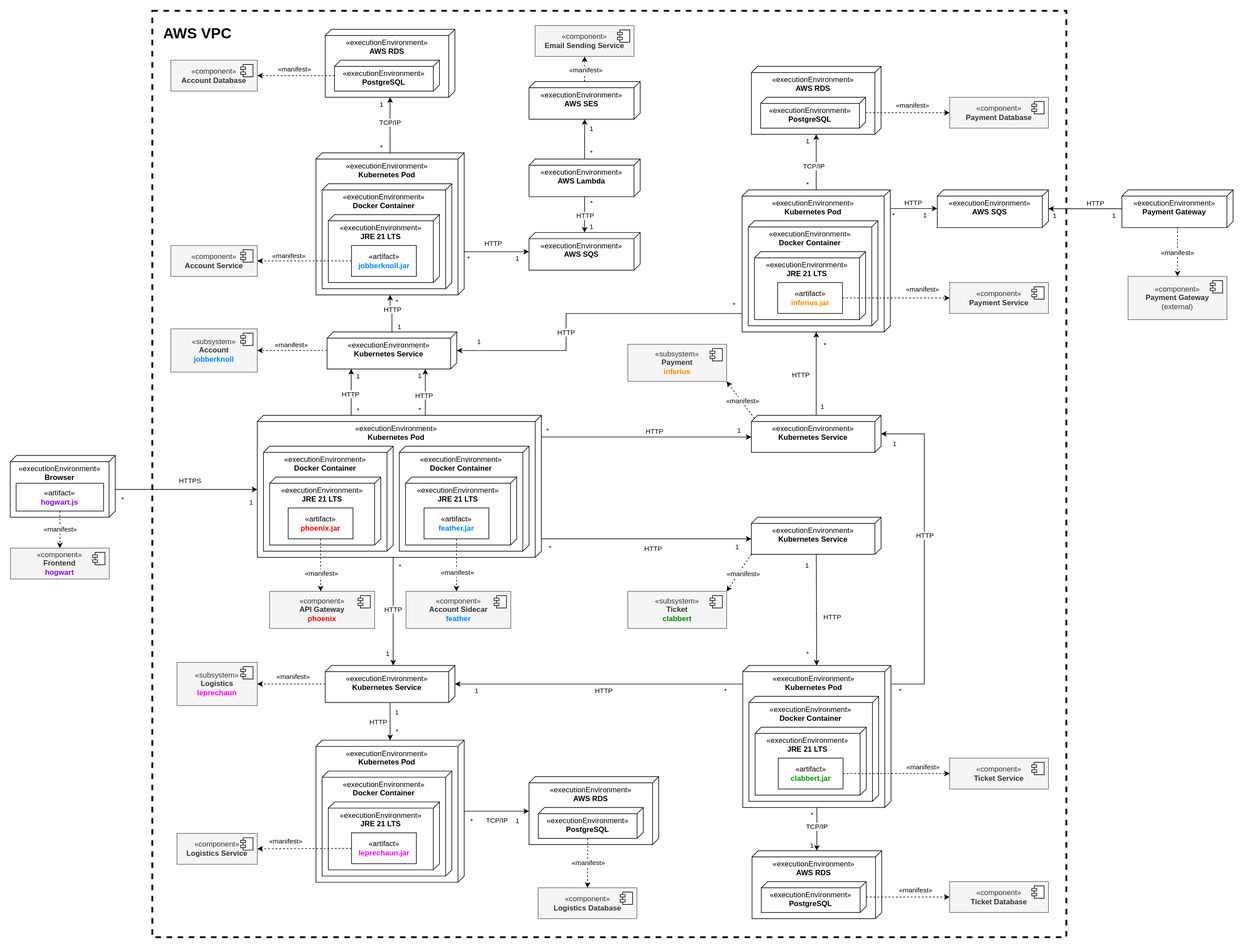
Before: documentation/course/e2/images/deployment-diagram.drawio.svg, a diagram exported from draw.io (PWR-ACS-SE-24/SoftwareSystemDesign). Source tidied: cells renumbered, new cells last; positions are measured from the earlier drawing's top-left corner, leaving out a move shared by most shapes.
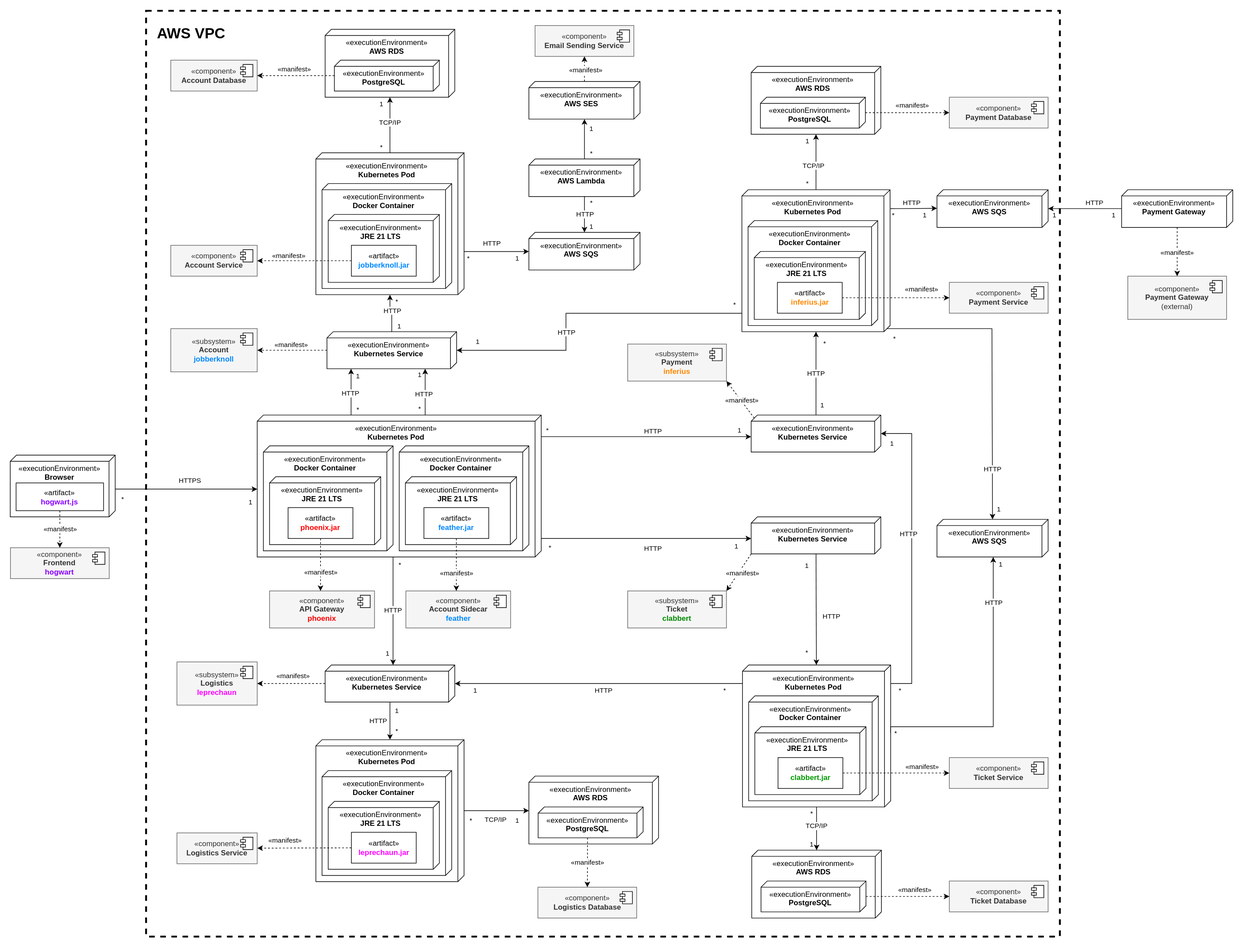
The same file after the commit.

Commit message:
PR: Add SQA between clabbert and inferius (#20)

* add sqs between clabbert and inferius

* fix island size

* even better fix

Change to the diagram source:
```diff
@@ -3,7 +3,7 @@
     <mxCell id="0" />
     <mxCell id="1" parent="0" />
     <mxCell id="2" value="AWS VPC" style="rounded=0;whiteSpace=wrap;html=1;fillColor=none;strokeWidth=3;dashed=1;verticalAlign=top;align=left;fontSize=24;spacingLeft=16;spacingTop=16;fontStyle=1;" parent="1" vertex="1">
-      <mxGeometry x="230" width="1480" height="1500" as="geometry" />
+      <mxGeometry x="220" width="1480" height="1500" as="geometry" />
     </mxCell>
     <mxCell id="3" style="group;" parent="1" vertex="1">
       <mxGeometry x="1185" y="290" width="240" height="230" as="geometry" />
@@ -150,7 +150,7 @@
     </mxCell>
     <mxCell id="47" value="HTTP" style="edgeLabel;html=1;align=center;verticalAlign=middle;" parent="46" vertex="1">
       <mxGeometry x="-0.06" relative="1" as="geometry">
-        <mxPoint x="-26" y="-2" as="offset" />
+        <mxPoint x="-1" y="-4" as="offset" />
       </mxGeometry>
     </mxCell>
     <mxCell id="48" value="1" style="edgeLabel;html=1;align=center;verticalAlign=middle;" parent="46" vertex="1">
@@ -699,14 +699,14 @@
     <mxCell id="170" style="edgeStyle=orthogonalEdgeStyle;rounded=0;jettySize=auto;html=1;" parent="1" edge="1" source="14" target="24">
       <mxGeometry relative="1" as="geometry">
         <Array as="points">
-          <mxPoint x="1480" y="1090" />
-          <mxPoint x="1480" y="685" />
+          <mxPoint x="1460" y="1090" />
+          <mxPoint x="1460" y="685" />
         </Array>
       </mxGeometry>
     </mxCell>
     <mxCell id="171" value="HTTP" style="edgeLabel;html=1;align=center;verticalAlign=middle;" parent="170" vertex="1">
       <mxGeometry x="0.32" y="-5" relative="1" as="geometry">
-        <mxPoint x="-5" y="54" as="offset" />
+        <mxPoint x="-11" y="46" as="offset" />
       </mxGeometry>
     </mxCell>
     <mxCell id="172" value="1" style="edgeLabel;html=1;align=center;verticalAlign=middle;" parent="170" vertex="1">
@@ -722,12 +722,9 @@
     <mxCell id="174" value="&lt;div&gt;«executionEnvironment»&lt;/div&gt;&lt;div&gt;&lt;b&gt;AWS SQS&lt;/b&gt;&lt;/div&gt;" style="verticalAlign=top;align=center;spacingTop=8;spacingLeft=2;spacingRight=12;shape=cube;size=10;direction=south;fontStyle=0;html=1;whiteSpace=wrap;" parent="1" vertex="1">
       <mxGeometry x="1501" y="290" width="180" height="61" as="geometry" />
     </mxCell>
-    <mxCell id="175" style="edgeStyle=orthogonalEdgeStyle;rounded=0;jettySize=auto;html=1;" parent="1" edge="1" source="4" target="174">
+    <mxCell id="175" style="rounded=0;jettySize=auto;html=1;exitX=0.133;exitY=-0.003;exitDx=0;exitDy=0;exitPerimeter=0;" parent="1" edge="1" source="4">
       <mxGeometry relative="1" as="geometry">
-        <Array as="points">
-          <mxPoint x="1463" y="320" />
-          <mxPoint x="1463" y="321" />
-        </Array>
+        <mxPoint x="1501" y="320" as="targetPoint" />
       </mxGeometry>
     </mxCell>
     <mxCell id="176" value="HTTP" style="edgeLabel;html=1;align=center;verticalAlign=middle;" parent="175" vertex="1">
@@ -894,5 +891,53 @@
         <mxPoint x="-27" y="7" as="offset" />
       </mxGeometry>
     </mxCell>
+    <mxCell id="214" value="&lt;div&gt;«executionEnvironment»&lt;/div&gt;&lt;div&gt;&lt;b&gt;AWS SQS&lt;/b&gt;&lt;/div&gt;" style="verticalAlign=top;align=center;spacingTop=8;spacingLeft=2;spacingRight=12;shape=cube;size=10;direction=south;fontStyle=0;html=1;whiteSpace=wrap;" parent="1" vertex="1">
+      <mxGeometry x="1501" y="824" width="180" height="61" as="geometry" />
+    </mxCell>
+    <mxCell id="215" style="rounded=0;jettySize=auto;html=1;exitX=0;exitY=0;exitDx=225;exitDy=5;exitPerimeter=0;" parent="1" edge="1" source="4" target="214">
+      <mxGeometry relative="1" as="geometry">
+        <Array as="points">
+          <mxPoint x="1590" y="515" />
+        </Array>
+      </mxGeometry>
+    </mxCell>
+    <mxCell id="216" value="*" style="edgeLabel;html=1;align=center;verticalAlign=middle;" parent="215" vertex="1">
+      <mxGeometry x="-0.56" y="-1" relative="1" as="geometry">
+        <mxPoint x="-93" y="14" as="offset" />
+      </mxGeometry>
+    </mxCell>
+    <mxCell id="217" value="1" style="edgeLabel;html=1;align=center;verticalAlign=middle;" parent="215" vertex="1">
+      <mxGeometry x="0.67" relative="1" as="geometry">
+        <mxPoint x="10" y="61" as="offset" />
+      </mxGeometry>
+    </mxCell>
+    <mxCell id="218" value="HTTP" style="edgeLabel;html=1;align=center;verticalAlign=middle;" parent="215" vertex="1">
+      <mxGeometry x="-0.07" relative="1" as="geometry">
+        <mxPoint y="175" as="offset" />
+      </mxGeometry>
+    </mxCell>
+    <mxCell id="219" style="edgeStyle=orthogonalEdgeStyle;rounded=0;jettySize=auto;html=1;entryX=0;entryY=0;entryDx=110.00000000000001;entryDy=0;entryPerimeter=0;startArrow=classic;startFill=1;endArrow=none;endFill=0;" parent="1" edge="1" source="214" target="14">
+      <mxGeometry relative="1" as="geometry">
+        <Array as="points">
+          <mxPoint x="1592" y="1160" />
+          <mxPoint x="1426" y="1160" />
+        </Array>
+      </mxGeometry>
+    </mxCell>
+    <mxCell id="220" value="*" style="edgeLabel;html=1;align=center;verticalAlign=middle;" parent="219" vertex="1">
+      <mxGeometry x="0.95" y="1" relative="1" as="geometry">
+        <mxPoint x="5" y="9" as="offset" />
+      </mxGeometry>
+    </mxCell>
+    <mxCell id="221" value="1" style="edgeLabel;html=1;align=center;verticalAlign=middle;" parent="219" vertex="1">
+      <mxGeometry x="-0.92" y="1" relative="1" as="geometry">
+        <mxPoint x="10" y="-7" as="offset" />
+      </mxGeometry>
+    </mxCell>
+    <mxCell id="222" value="HTTP" style="edgeLabel;html=1;align=center;verticalAlign=middle;" parent="219" vertex="1">
+      <mxGeometry x="-0.45" relative="1" as="geometry">
+        <mxPoint y="-51" as="offset" />
+      </mxGeometry>
+    </mxCell>
   </root>
 </mxGraphModel>
```
